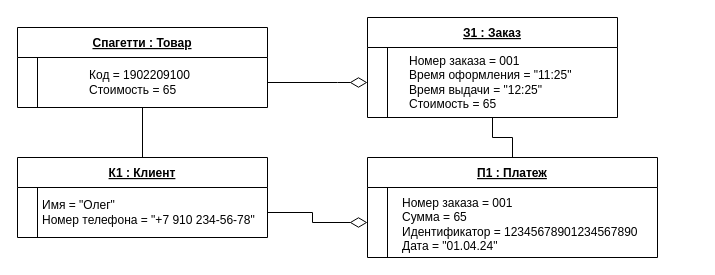
Earlier version of the draw.io diagram Диаграмма без названия.drawio (Ksenix-CopLLeRe/preparation). Source tidied: cells renumbered, new cells numbered last; positions are measured from the earlier drawing's top-left corner, leaving out a move shared by most shapes. Both pictures are drawn from the tidied source at 100%, with x=0, y=0 at pixel (17, 17).
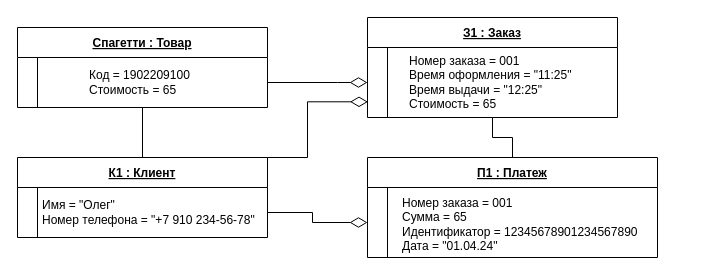
The same page after the edit.

The change refers to these unchanged cells:
```xml
<mxCell id="3" value="К1 : Клиент" style="shape=table;startSize=30;childLayout=tableLayout;rowLines=0;fontStyle=5;align=center;" parent="2" vertex="1">
  <mxGeometry width="250" height="80" as="geometry" />
</mxCell>
<mxCell id="10" style="shape=partialRectangle;fillColor=none;points=[[0,0.5],[1,0.5]];portConstraint=eastwest;top=0;left=0;right=0;bottom=0;" parent="9" vertex="1">
  <mxGeometry y="30" width="250" height="70" as="geometry" />
</mxCell>
```

Diff of the diagram source:
```diff
@@
+    <mxCell id="30" style="edgeStyle=orthogonalEdgeStyle;rounded=0;jettySize=auto;html=1;entryX=0.002;entryY=0.776;entryDx=0;entryDy=0;entryPerimeter=0;endArrow=diamondThin;endFill=0;endSize=15;exitX=0.92;exitY=0;exitDx=0;exitDy=0;exitPerimeter=0;" parent="1" edge="1" source="3" target="10">
+      <mxGeometry relative="1" as="geometry">
+        <Array as="points">
+          <mxPoint x="290" y="140" />
+          <mxPoint x="290" y="84" />
+        </Array>
+      </mxGeometry>
+    </mxCell>
```
